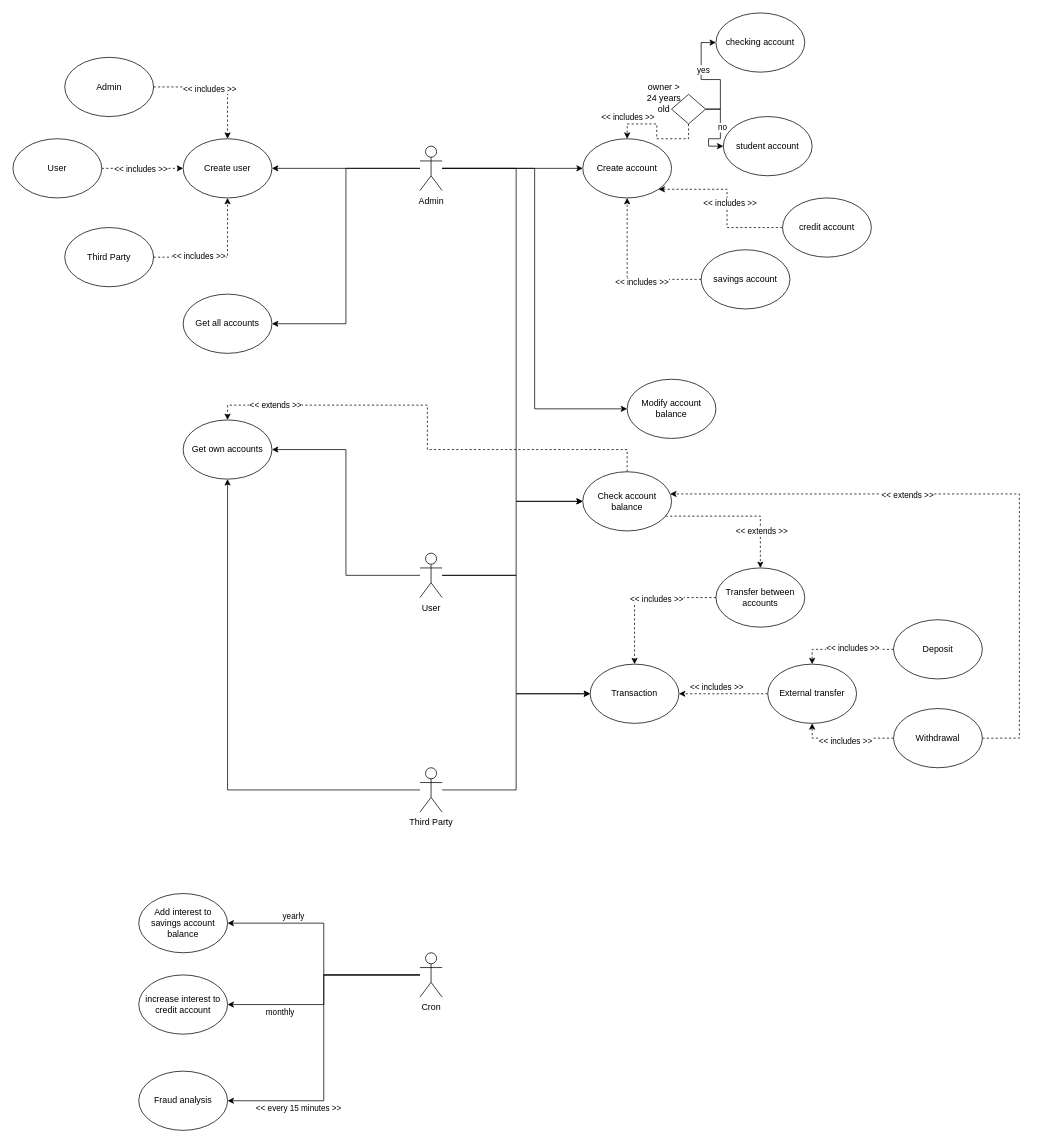
Before: docs/ironbank-usecase.drawio in J3-PT-Java-Bootcamp/alejandroarraiza-ironbank, a draw.io diagram. Source tidied: cells renumbered, new cells numbered last; positions are measured from the earlier drawing's top-left corner, leaving out a move shared by most shapes. Both pictures are drawn from the tidied source at 74%, with x=0, y=0 at pixel (13, 13).
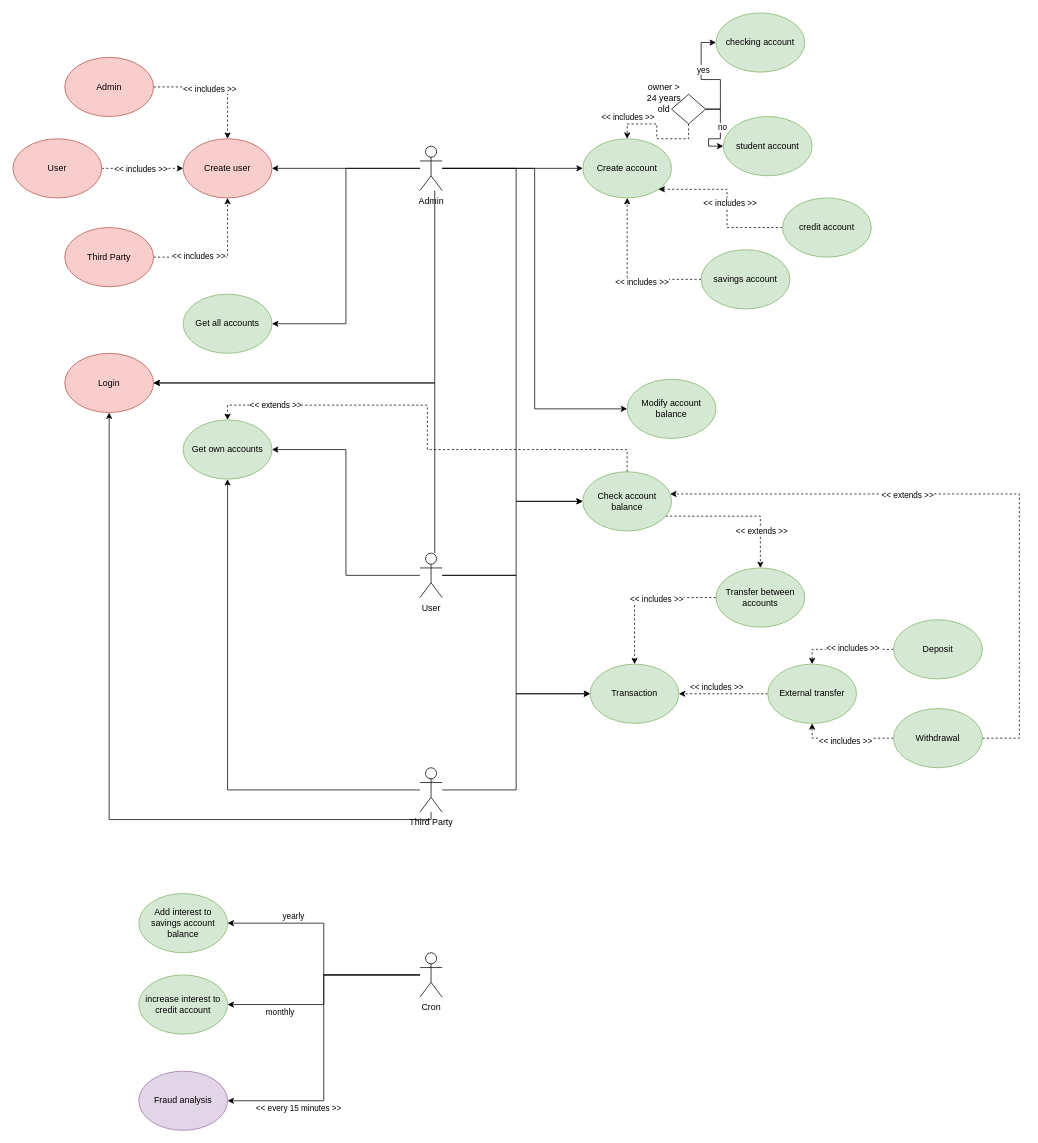
The same diagram, later.

The change refers to these unchanged cells:
```xml
<mxCell id="5" value="User" style="shape=umlActor;verticalLabelPosition=bottom;verticalAlign=top;html=1;outlineConnect=0;" parent="1" vertex="1">
  <mxGeometry x="550" y="730" width="30" height="60" as="geometry" />
</mxCell>
<mxCell id="11" value="Admin" style="shape=umlActor;verticalLabelPosition=bottom;verticalAlign=top;html=1;outlineConnect=0;" parent="1" vertex="1">
  <mxGeometry x="550" y="180" width="30" height="60" as="geometry" />
</mxCell>
<mxCell id="14" value="Third Party" style="shape=umlActor;verticalLabelPosition=bottom;verticalAlign=top;html=1;outlineConnect=0;" parent="1" vertex="1">
  <mxGeometry x="550" y="1020" width="30" height="60" as="geometry" />
</mxCell>
```

The edit, as a diff of the source:
```diff
@@
+    <mxCell id="75" style="edgeStyle=orthogonalEdgeStyle;rounded=0;jettySize=auto;html=1;entryX=1;entryY=0.5;entryDx=0;entryDy=0;" parent="1" edge="1" source="5" target="78">
+      <mxGeometry relative="1" as="geometry">
+        <Array as="points">
+          <mxPoint x="570" y="500" />
+        </Array>
+      </mxGeometry>
+    </mxCell>
@@
+    <mxCell id="76" style="edgeStyle=orthogonalEdgeStyle;rounded=0;jettySize=auto;html=1;entryX=1;entryY=0.5;entryDx=0;entryDy=0;" parent="1" edge="1" source="11" target="78">
+      <mxGeometry relative="1" as="geometry">
+        <Array as="points">
+          <mxPoint x="570" y="500" />
+        </Array>
+      </mxGeometry>
+    </mxCell>
@@
+    <mxCell id="77" style="edgeStyle=orthogonalEdgeStyle;rounded=0;jettySize=auto;html=1;" parent="1" edge="1" source="14" target="78">
+      <mxGeometry relative="1" as="geometry">
+        <Array as="points">
+          <mxPoint x="565" y="1090" />
+          <mxPoint x="130" y="1090" />
+        </Array>
+      </mxGeometry>
+    </mxCell>
@@
-    <mxCell id="15" value="Create account" style="ellipse;whiteSpace=wrap;html=1;" parent="1" vertex="1">
+    <mxCell id="15" value="Create account" style="ellipse;whiteSpace=wrap;html=1;fillColor=#d5e8d4;strokeColor=#82b366;" parent="1" vertex="1">
       <mxGeometry x="770" y="170" width="120" height="80" as="geometry" />
     </mxCell>
@@
-    <mxCell id="23" value="checking account" style="ellipse;whiteSpace=wrap;html=1;" parent="1" vertex="1">
+    <mxCell id="23" value="checking account" style="ellipse;whiteSpace=wrap;html=1;fillColor=#d5e8d4;strokeColor=#82b366;" parent="1" vertex="1">
       <mxGeometry x="950" width="120" height="80" as="geometry" />
     </mxCell>
-    <mxCell id="24" value="student account" style="ellipse;whiteSpace=wrap;html=1;" parent="1" vertex="1">
+    <mxCell id="24" value="student account" style="ellipse;whiteSpace=wrap;html=1;fillColor=#d5e8d4;strokeColor=#82b366;" parent="1" vertex="1">
       <mxGeometry x="960" y="140" width="120" height="80" as="geometry" />
     </mxCell>
@@
-    <mxCell id="33" value="Add interest to savings account balance" style="ellipse;whiteSpace=wrap;html=1;" parent="1" vertex="1">
+    <mxCell id="33" value="Add interest to savings account balance" style="ellipse;whiteSpace=wrap;html=1;fillColor=#d5e8d4;strokeColor=#82b366;" parent="1" vertex="1">
       <mxGeometry x="170" y="1190" width="120" height="80" as="geometry" />
     </mxCell>
-    <mxCell id="34" value="increase interest to credit account" style="ellipse;whiteSpace=wrap;html=1;" parent="1" vertex="1">
+    <mxCell id="34" value="increase interest to credit account" style="ellipse;whiteSpace=wrap;html=1;fillColor=#d5e8d4;strokeColor=#82b366;" parent="1" vertex="1">
       <mxGeometry x="170" y="1300" width="120" height="80" as="geometry" />
     </mxCell>
-    <mxCell id="35" value="Transaction" style="ellipse;whiteSpace=wrap;html=1;" parent="1" vertex="1">
+    <mxCell id="35" value="Transaction" style="ellipse;whiteSpace=wrap;html=1;fillColor=#d5e8d4;strokeColor=#82b366;" parent="1" vertex="1">
       <mxGeometry x="780" y="880" width="120" height="80" as="geometry" />
     </mxCell>
@@
-    <mxCell id="38" value="credit account" style="ellipse;whiteSpace=wrap;html=1;" parent="1" vertex="1">
+    <mxCell id="38" value="credit account" style="ellipse;whiteSpace=wrap;html=1;fillColor=#d5e8d4;strokeColor=#82b366;" parent="1" vertex="1">
       <mxGeometry x="1040" y="250" width="120" height="80" as="geometry" />
     </mxCell>
@@
-    <mxCell id="41" value="savings account" style="ellipse;whiteSpace=wrap;html=1;" parent="1" vertex="1">
+    <mxCell id="41" value="savings account" style="ellipse;whiteSpace=wrap;html=1;fillColor=#d5e8d4;strokeColor=#82b366;" parent="1" vertex="1">
       <mxGeometry x="930" y="320" width="120" height="80" as="geometry" />
     </mxCell>
-    <mxCell id="42" value="Modify account balance" style="ellipse;whiteSpace=wrap;html=1;" parent="1" vertex="1">
+    <mxCell id="42" value="Modify account balance" style="ellipse;whiteSpace=wrap;html=1;fillColor=#d5e8d4;strokeColor=#82b366;" parent="1" vertex="1">
       <mxGeometry x="830" y="495" width="120" height="80" as="geometry" />
     </mxCell>
@@
-    <mxCell id="47" value="Check account balance" style="ellipse;whiteSpace=wrap;html=1;" parent="1" vertex="1">
+    <mxCell id="47" value="Check account balance" style="ellipse;whiteSpace=wrap;html=1;fillColor=#d5e8d4;strokeColor=#82b366;" parent="1" vertex="1">
       <mxGeometry x="770" y="620" width="120" height="80" as="geometry" />
     </mxCell>
@@
-    <mxCell id="50" value="Transfer between accounts" style="ellipse;whiteSpace=wrap;html=1;" parent="1" vertex="1">
+    <mxCell id="50" value="Transfer between accounts" style="ellipse;whiteSpace=wrap;html=1;fillColor=#d5e8d4;strokeColor=#82b366;" parent="1" vertex="1">
       <mxGeometry x="950" y="750" width="120" height="80" as="geometry" />
     </mxCell>
-    <mxCell id="51" value="Create user" style="ellipse;whiteSpace=wrap;html=1;" parent="1" vertex="1">
+    <mxCell id="51" value="Create user" style="ellipse;whiteSpace=wrap;html=1;fillColor=#f8cecc;strokeColor=#b85450;" parent="1" vertex="1">
       <mxGeometry x="230" y="170" width="120" height="80" as="geometry" />
     </mxCell>
-    <mxCell id="52" value="Get all accounts" style="ellipse;whiteSpace=wrap;html=1;" parent="1" vertex="1">
+    <mxCell id="52" value="Get all accounts" style="ellipse;whiteSpace=wrap;html=1;fillColor=#d5e8d4;strokeColor=#82b366;" parent="1" vertex="1">
       <mxGeometry x="230" y="380" width="120" height="80" as="geometry" />
     </mxCell>
-    <mxCell id="53" value="Get own accounts" style="ellipse;whiteSpace=wrap;html=1;" parent="1" vertex="1">
+    <mxCell id="53" value="Get own accounts" style="ellipse;whiteSpace=wrap;html=1;fillColor=#d5e8d4;strokeColor=#82b366;" parent="1" vertex="1">
       <mxGeometry x="230" y="550" width="120" height="80" as="geometry" />
     </mxCell>
@@
-    <mxCell id="56" value="Admin" style="ellipse;whiteSpace=wrap;html=1;" parent="1" vertex="1">
+    <mxCell id="56" value="Admin" style="ellipse;whiteSpace=wrap;html=1;fillColor=#f8cecc;strokeColor=#b85450;" parent="1" vertex="1">
       <mxGeometry x="70" y="60" width="120" height="80" as="geometry" />
     </mxCell>
@@
-    <mxCell id="59" value="User" style="ellipse;whiteSpace=wrap;html=1;" parent="1" vertex="1">
+    <mxCell id="59" value="User" style="ellipse;whiteSpace=wrap;html=1;fillColor=#f8cecc;strokeColor=#b85450;" parent="1" vertex="1">
       <mxGeometry y="170" width="120" height="80" as="geometry" />
     </mxCell>
@@
-    <mxCell id="62" value="Third Party" style="ellipse;whiteSpace=wrap;html=1;" parent="1" vertex="1">
+    <mxCell id="62" value="Third Party" style="ellipse;whiteSpace=wrap;html=1;fillColor=#f8cecc;strokeColor=#b85450;" parent="1" vertex="1">
       <mxGeometry x="70" y="290" width="120" height="80" as="geometry" />
     </mxCell>
@@
-    <mxCell id="65" value="External transfer" style="ellipse;whiteSpace=wrap;html=1;" parent="1" vertex="1">
+    <mxCell id="65" value="External transfer" style="ellipse;whiteSpace=wrap;html=1;fillColor=#d5e8d4;strokeColor=#82b366;" parent="1" vertex="1">
       <mxGeometry x="1020" y="880" width="120" height="80" as="geometry" />
     </mxCell>
-    <mxCell id="66" value="Fraud analysis" style="ellipse;whiteSpace=wrap;html=1;" parent="1" vertex="1">
+    <mxCell id="66" value="Fraud analysis" style="ellipse;whiteSpace=wrap;html=1;fillColor=#e1d5e7;strokeColor=#9673a6;" parent="1" vertex="1">
       <mxGeometry x="170" y="1430" width="120" height="80" as="geometry" />
     </mxCell>
@@
-    <mxCell id="69" value="Deposit" style="ellipse;whiteSpace=wrap;html=1;" parent="1" vertex="1">
+    <mxCell id="69" value="Deposit" style="ellipse;whiteSpace=wrap;html=1;fillColor=#d5e8d4;strokeColor=#82b366;" parent="1" vertex="1">
       <mxGeometry x="1190" y="820" width="120" height="80" as="geometry" />
     </mxCell>
@@
-    <mxCell id="74" value="Withdrawal" style="ellipse;whiteSpace=wrap;html=1;" parent="1" vertex="1">
+    <mxCell id="74" value="Withdrawal" style="ellipse;whiteSpace=wrap;html=1;fillColor=#d5e8d4;strokeColor=#82b366;" parent="1" vertex="1">
       <mxGeometry x="1190" y="940" width="120" height="80" as="geometry" />
     </mxCell>
+    <mxCell id="78" value="Login" style="ellipse;whiteSpace=wrap;html=1;fillColor=#f8cecc;strokeColor=#b85450;" parent="1" vertex="1">
+      <mxGeometry x="70" y="460" width="120" height="80" as="geometry" />
+    </mxCell>
```
